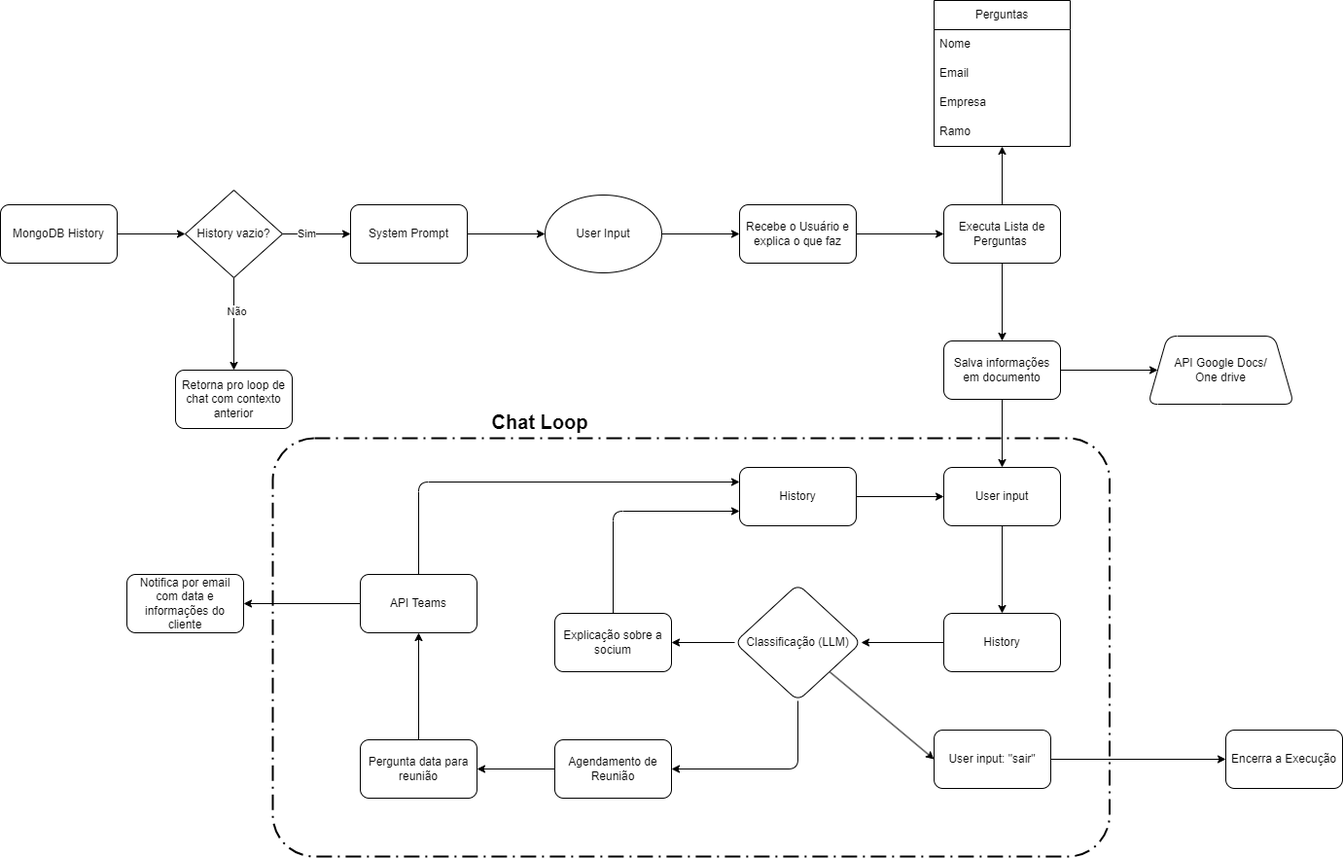
The draw.io diagram sofia.png in Rubiozito/langchain, before a commit. Source tidied: cells renumbered, new cells last; positions are measured from the earlier drawing's top-left corner, leaving out a move shared by most shapes.
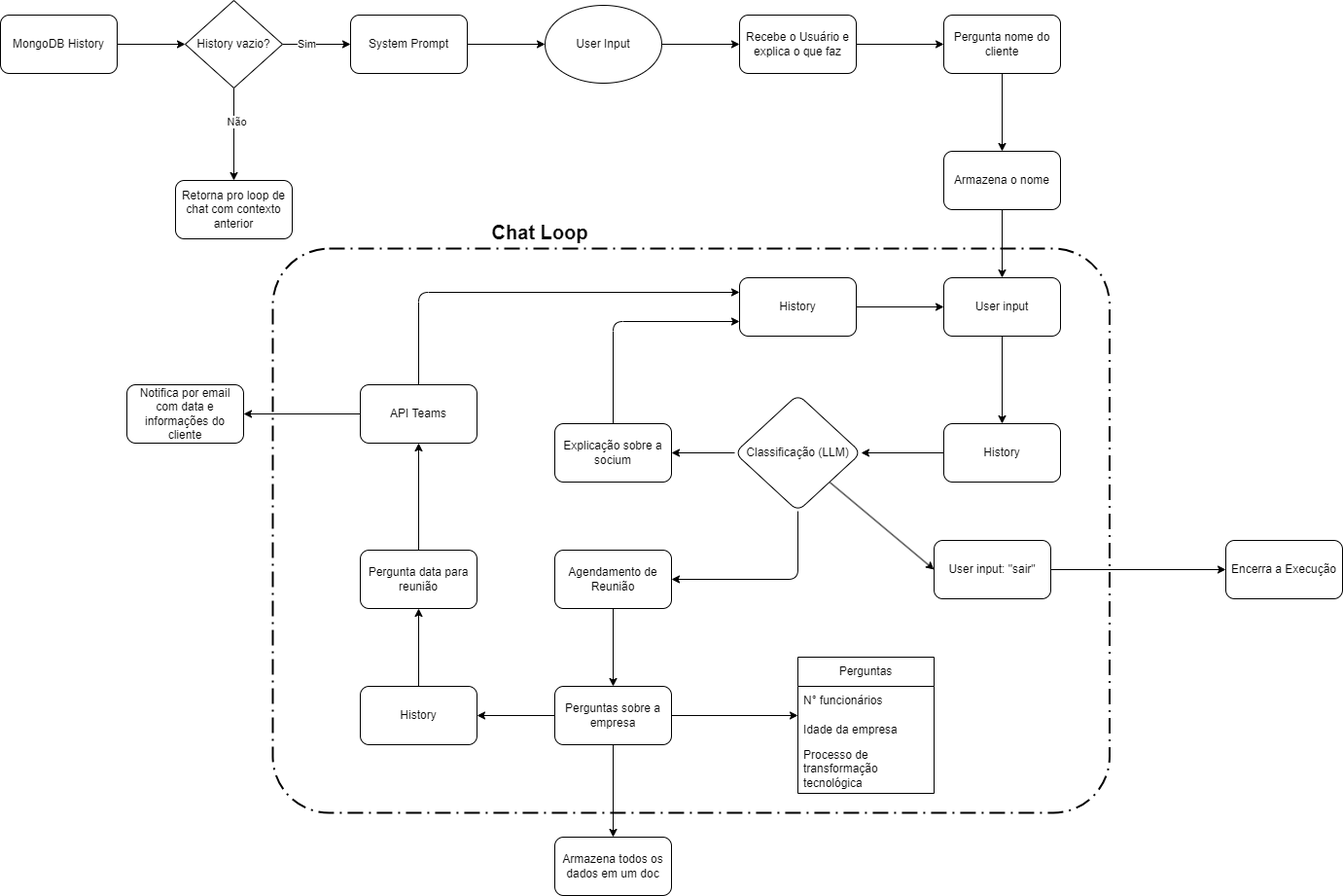
The same file after the commit.

Diff of the diagram source:
```diff
@@ -44,44 +44,20 @@
     <mxCell id="15" value="Recebe o Usuário e explica o que faz" style="rounded=1;whiteSpace=wrap;html=1;" parent="1" vertex="1">
       <mxGeometry x="760" y="210" width="120" height="60" as="geometry" />
     </mxCell>
-    <mxCell id="16" style="edgeStyle=none;html=1;" parent="1" edge="1" source="18" target="23">
-      <mxGeometry relative="1" as="geometry" />
-    </mxCell>
     <mxCell id="17" style="edgeStyle=none;html=1;" parent="1" edge="1" source="18" target="26">
       <mxGeometry relative="1" as="geometry" />
     </mxCell>
-    <mxCell id="18" value="Executa Lista de Perguntas&amp;nbsp;" style="whiteSpace=wrap;html=1;rounded=1;" parent="1" vertex="1">
+    <mxCell id="18" value="Pergunta nome do cliente" style="whiteSpace=wrap;html=1;rounded=1;" parent="1" vertex="1">
       <mxGeometry x="970" y="210" width="120" height="60" as="geometry" />
     </mxCell>
-    <mxCell id="19" value="Perguntas" style="swimlane;fontStyle=0;horizontal=1;startSize=30;whiteSpace=wrap;html=1;" parent="1" vertex="1">
-      <mxGeometry x="960" width="140" height="150" as="geometry" />
-    </mxCell>
-    <mxCell id="20" value="Nome" style="text;strokeColor=none;fillColor=none;align=left;verticalAlign=middle;spacingLeft=4;spacingRight=4;overflow=hidden;whiteSpace=wrap;html=1;" parent="19" vertex="1">
-      <mxGeometry y="30" width="140" height="30" as="geometry" />
-    </mxCell>
-    <mxCell id="21" value="Email" style="text;strokeColor=none;fillColor=none;align=left;verticalAlign=middle;spacingLeft=4;spacingRight=4;overflow=hidden;whiteSpace=wrap;html=1;" parent="19" vertex="1">
-      <mxGeometry y="60" width="140" height="30" as="geometry" />
-    </mxCell>
-    <mxCell id="22" value="Empresa" style="text;strokeColor=none;fillColor=none;align=left;verticalAlign=middle;spacingLeft=4;spacingRight=4;overflow=hidden;whiteSpace=wrap;html=1;" parent="19" vertex="1">
-      <mxGeometry y="90" width="140" height="30" as="geometry" />
-    </mxCell>
-    <mxCell id="23" value="Ramo" style="text;strokeColor=none;fillColor=none;align=left;verticalAlign=middle;spacingLeft=4;spacingRight=4;overflow=hidden;points=[[0,0.5],[1,0.5]];portConstraint=eastwest;whiteSpace=wrap;html=1;" parent="19" vertex="1">
-      <mxGeometry y="120" width="140" height="30" as="geometry" />
-    </mxCell>
-    <mxCell id="24" style="edgeStyle=none;html=1;" parent="1" edge="1" source="26" target="27">
-      <mxGeometry relative="1" as="geometry" />
-    </mxCell>
     <mxCell id="25" style="edgeStyle=none;html=1;" parent="1" edge="1" source="26" target="31">
       <mxGeometry relative="1" as="geometry" />
     </mxCell>
-    <mxCell id="26" value="Salva informações em documento" style="whiteSpace=wrap;html=1;rounded=1;" parent="1" vertex="1">
+    <mxCell id="26" value="Armazena o nome" style="whiteSpace=wrap;html=1;rounded=1;" parent="1" vertex="1">
       <mxGeometry x="970" y="350" width="120" height="60" as="geometry" />
     </mxCell>
-    <mxCell id="27" value="API Google Docs/&lt;div&gt;One drive&lt;/div&gt;" style="shape=trapezoid;perimeter=trapezoidPerimeter;whiteSpace=wrap;html=1;fixedSize=1;rounded=1;" parent="1" vertex="1">
-      <mxGeometry x="1180" y="345" width="150" height="70" as="geometry" />
-    </mxCell>
     <mxCell id="28" style="rounded=1;arcSize=10;dashed=1;fillColor=none;gradientColor=none;dashPattern=8 3 1 3;strokeWidth=2;" parent="1" vertex="1">
-      <mxGeometry x="280" y="450" width="860.5" height="430" as="geometry" />
+      <mxGeometry x="280" y="450" width="860.5" height="580" as="geometry" />
     </mxCell>
     <mxCell id="29" value="Chat Loop" style="text;html=1;align=center;verticalAlign=middle;whiteSpace=wrap;rounded=0;fontSize=20;fontStyle=1;" parent="1" vertex="1">
       <mxGeometry x="490" y="400" width="130" height="65" as="geometry" />
@@ -118,9 +94,9 @@
     <mxCell id="37" value="Explicação sobre a socium" style="whiteSpace=wrap;html=1;rounded=1;" parent="1" vertex="1">
       <mxGeometry x="570" y="630" width="120" height="60" as="geometry" />
     </mxCell>
-    <mxCell id="38" style="edgeStyle=none;html=1;" parent="1" edge="1" source="39" target="48">
-      <mxGeometry relative="1" as="geometry" />
-    </mxCell>
+    <mxCell id="53" style="edgeStyle=none;html=1;" parent="1" edge="1" source="39" target="57">
+      <mxGeometry relative="1" as="geometry" />
+    </mxCell>
     <mxCell id="39" value="Agendamento de Reunião" style="whiteSpace=wrap;html=1;rounded=1;" parent="1" vertex="1">
       <mxGeometry x="570" y="760" width="120" height="60" as="geometry" />
     </mxCell>
@@ -167,5 +143,38 @@
     <mxCell id="52" value="Notifica por email com data e informações do cliente" style="whiteSpace=wrap;html=1;rounded=1;" parent="1" vertex="1">
       <mxGeometry x="130" y="590" width="120" height="60" as="geometry" />
     </mxCell>
+    <mxCell id="54" style="edgeStyle=none;html=1;exitX=1;exitY=0.5;exitDx=0;exitDy=0;entryX=0;entryY=0;entryDx=0;entryDy=0;entryPerimeter=0;" parent="1" edge="1" source="57" target="59">
+      <mxGeometry relative="1" as="geometry" />
+    </mxCell>
+    <mxCell id="55" style="edgeStyle=none;html=1;" parent="1" edge="1" source="57" target="62">
+      <mxGeometry relative="1" as="geometry" />
+    </mxCell>
+    <mxCell id="56" style="edgeStyle=none;html=1;" parent="1" edge="1" source="57" target="63">
+      <mxGeometry relative="1" as="geometry" />
+    </mxCell>
+    <mxCell id="57" value="Perguntas sobre a empresa" style="whiteSpace=wrap;html=1;rounded=1;" parent="1" vertex="1">
+      <mxGeometry x="570" y="900" width="120" height="60" as="geometry" />
+    </mxCell>
+    <mxCell id="19" value="Perguntas" style="swimlane;fontStyle=0;horizontal=1;startSize=30;whiteSpace=wrap;html=1;" parent="1" vertex="1">
+      <mxGeometry x="820" y="870" width="140" height="140" as="geometry" />
+    </mxCell>
+    <mxCell id="58" value="N° funcionários" style="text;strokeColor=none;fillColor=none;align=left;verticalAlign=middle;spacingLeft=4;spacingRight=4;overflow=hidden;whiteSpace=wrap;html=1;" parent="19" vertex="1">
+      <mxGeometry y="30" width="140" height="30" as="geometry" />
+    </mxCell>
+    <mxCell id="59" value="Idade da empresa" style="text;strokeColor=none;fillColor=none;align=left;verticalAlign=middle;spacingLeft=4;spacingRight=4;overflow=hidden;points=[[0,0.5],[1,0.5]];portConstraint=eastwest;whiteSpace=wrap;html=1;" parent="19" vertex="1">
+      <mxGeometry y="60" width="140" height="30" as="geometry" />
+    </mxCell>
+    <mxCell id="60" value="Processo de transformação tecnológica" style="text;strokeColor=none;fillColor=none;align=left;verticalAlign=middle;spacingLeft=4;spacingRight=4;overflow=hidden;whiteSpace=wrap;html=1;" parent="19" vertex="1">
+      <mxGeometry y="90" width="140" height="50" as="geometry" />
+    </mxCell>
+    <mxCell id="61" style="edgeStyle=none;html=1;" parent="1" edge="1" source="62" target="48">
+      <mxGeometry relative="1" as="geometry" />
+    </mxCell>
+    <mxCell id="62" value="History" style="whiteSpace=wrap;html=1;rounded=1;" parent="1" vertex="1">
+      <mxGeometry x="370" y="900" width="120" height="60" as="geometry" />
+    </mxCell>
+    <mxCell id="63" value="Armazena todos os dados em um doc" style="whiteSpace=wrap;html=1;rounded=1;" parent="1" vertex="1">
+      <mxGeometry x="570" y="1055" width="120" height="60" as="geometry" />
+    </mxCell>
   </root>
 </mxGraphModel>
```
